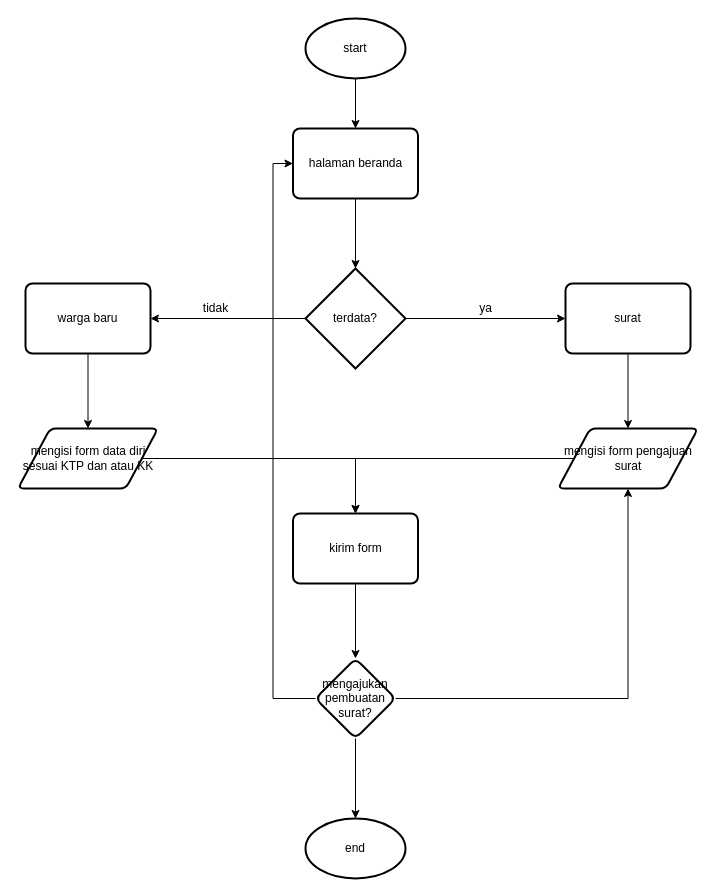
novianh/desain-dan-analis-sistem keeps this draw.io diagram as page "aplikasi" (4 of 5) of state Diagram.drawio. Above is the earlier version. Source tidied: cells renumbered, new cells numbered last; positions are measured from the earlier drawing's top-left corner, leaving out a move shared by most shapes. Both pictures are drawn from the tidied source at 100%, with x=0, y=0 at pixel (17, 18).
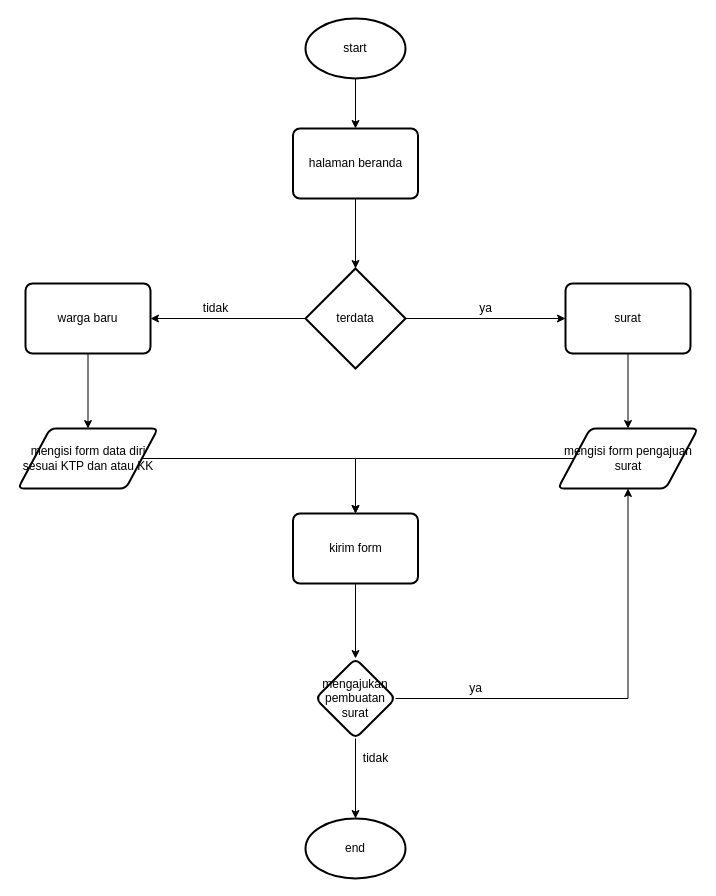
The same page after the edit.

The change refers to these unchanged cells:
```xml
<mxCell id="5" value="halaman beranda" style="rounded=1;whiteSpace=wrap;html=1;absoluteArcSize=1;arcSize=14;strokeWidth=2;" parent="1" vertex="1">
  <mxGeometry x="275.5" y="110" width="125" height="70" as="geometry" />
</mxCell>
```

The edit, as a diff of the source:
```diff
@@
-    <mxCell id="8" value="terdata?" style="strokeWidth=2;html=1;shape=mxgraph.flowchart.decision;whiteSpace=wrap;" parent="1" vertex="1">
+    <mxCell id="8" value="terdata" style="strokeWidth=2;html=1;shape=mxgraph.flowchart.decision;whiteSpace=wrap;" parent="1" vertex="1">
       <mxGeometry x="288" y="250" width="100" height="100" as="geometry" />
     </mxCell>
@@
-    <mxCell id="22" style="edgeStyle=orthogonalEdgeStyle;rounded=0;jettySize=auto;html=1;exitX=0;exitY=0.5;exitDx=0;exitDy=0;entryX=0;entryY=0.5;entryDx=0;entryDy=0;endArrow=classic;endFill=1;" parent="1" edge="1" source="24" target="5">
-      <mxGeometry relative="1" as="geometry" />
-    </mxCell>
@@
-    <mxCell id="24" value="mengajukan pembuatan surat?" style="rhombus;whiteSpace=wrap;html=1;rounded=1;strokeWidth=2;arcSize=14;" parent="1" vertex="1">
+    <mxCell id="24" value="mengajukan pembuatan surat" style="rhombus;whiteSpace=wrap;html=1;rounded=1;strokeWidth=2;arcSize=14;" parent="1" vertex="1">
       <mxGeometry x="298" y="640" width="80" height="80" as="geometry" />
     </mxCell>
@@
+    <mxCell id="26" value="ya" style="text;html=1;align=center;verticalAlign=middle;" parent="1" vertex="1">
+      <mxGeometry x="443" y="660" width="30" height="20" as="geometry" />
+    </mxCell>
+    <mxCell id="27" value="tidak" style="text;html=1;align=center;verticalAlign=middle;" parent="1" vertex="1">
+      <mxGeometry x="338" y="730" width="40" height="20" as="geometry" />
+    </mxCell>
```
